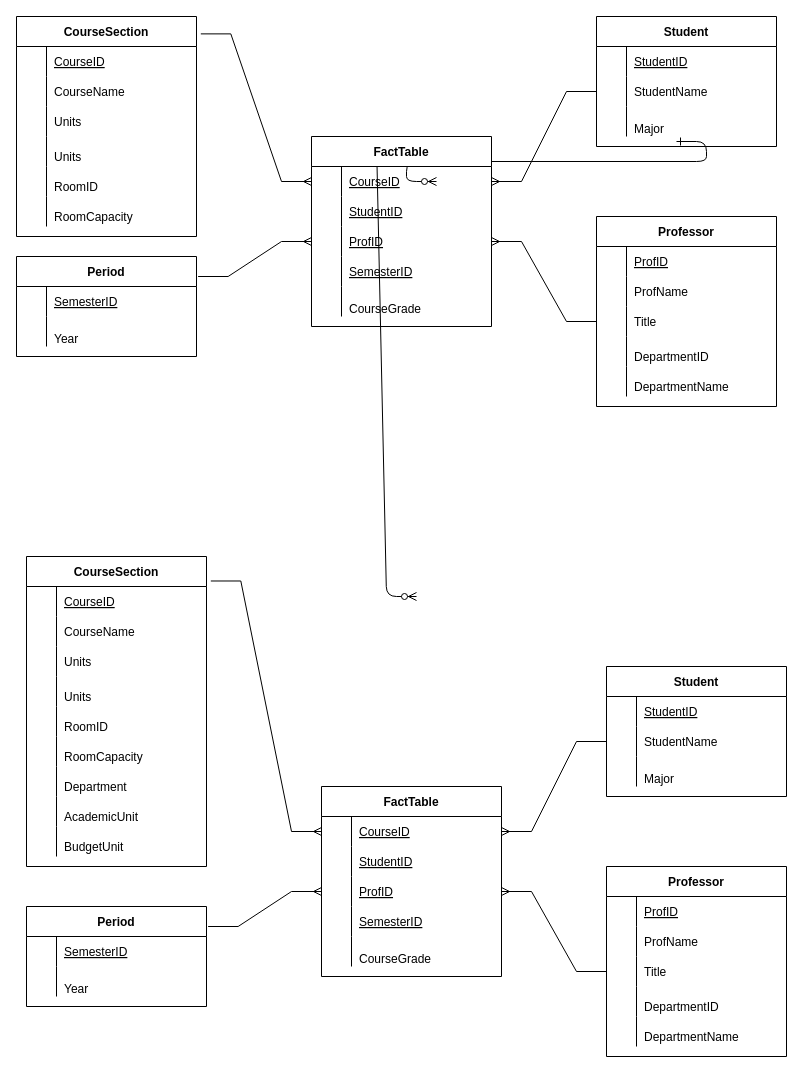
The draw.io diagram Diagramme sans nom.drawio in mpillot98/manon_pillot, before the edit. Source tidied: cells renumbered, new cells numbered last; positions are measured from the earlier drawing's top-left corner, leaving out a move shared by most shapes. Both pictures are drawn from the tidied source at 100%, with x=0, y=0 at pixel (16, 16).
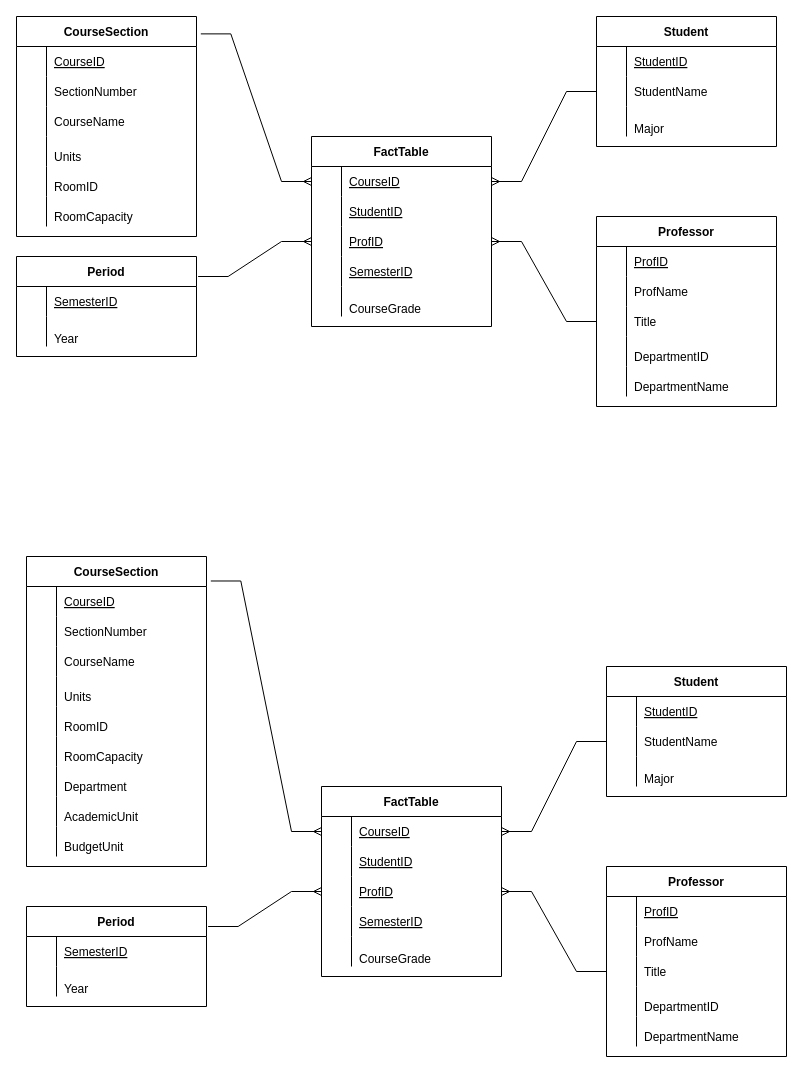
Above is the later version.

Commit message:
Mettre à jour hw4.drawio

The change refers to these unchanged cells:
```xml
<mxCell id="8" style="shape=tableRow;horizontal=0;startSize=0;swimlaneHead=0;swimlaneBody=0;fillColor=none;top=0;left=0;right=0;bottom=0;" parent="4" vertex="1">
  <mxGeometry y="60" width="180" height="30" as="geometry" />
</mxCell>
<mxCell id="11" style="shape=tableRow;horizontal=0;startSize=0;swimlaneHead=0;swimlaneBody=0;fillColor=none;top=0;left=0;right=0;bottom=0;" parent="4" vertex="1">
  <mxGeometry y="90" width="180" height="30" as="geometry" />
</mxCell>
<mxCell id="80" style="shape=tableRow;horizontal=0;startSize=0;swimlaneHead=0;swimlaneBody=0;fillColor=none;top=0;left=0;right=0;bottom=0;" parent="76" vertex="1">
  <mxGeometry y="60" width="180" height="30" as="geometry" />
</mxCell>
<mxCell id="83" style="shape=tableRow;horizontal=0;startSize=0;swimlaneHead=0;swimlaneBody=0;fillColor=none;top=0;left=0;right=0;bottom=0;" parent="76" vertex="1">
  <mxGeometry y="90" width="180" height="30" as="geometry" />
</mxCell>
```

What changed in the source:
```diff
@@
-    <mxCell id="2" style="edgeStyle=entityRelationEdgeStyle;endArrow=ERzeroToMany;startArrow=ERone;endFill=1;startFill=0;" parent="1" edge="1">
-      <mxGeometry relative="1" as="geometry">
-        <mxPoint x="330" y="125" as="sourcePoint" />
-        <mxPoint x="400" y="580" as="targetPoint" />
-      </mxGeometry>
-    </mxCell>
-    <mxCell id="3" style="edgeStyle=entityRelationEdgeStyle;endArrow=ERzeroToMany;startArrow=ERone;endFill=1;startFill=0;" parent="1" edge="1">
-      <mxGeometry relative="1" as="geometry">
-        <mxPoint x="660" y="125" as="sourcePoint" />
-        <mxPoint x="420" y="165" as="targetPoint" />
-      </mxGeometry>
-    </mxCell>
@@
-    <mxCell id="10" value="CourseName" style="shape=partialRectangle;fillColor=none;top=0;left=0;bottom=0;right=0;align=left;spacingLeft=6;overflow=hidden;" parent="8" vertex="1">
+    <mxCell id="10" value="SectionNumber" style="shape=partialRectangle;fillColor=none;top=0;left=0;bottom=0;right=0;align=left;spacingLeft=6;overflow=hidden;" parent="8" vertex="1">
       <mxGeometry x="30" width="150" height="30" as="geometry" />
     </mxCell>
@@
-    <mxCell id="13" value="Units" style="shape=partialRectangle;fillColor=none;top=0;left=0;bottom=0;right=0;align=left;spacingLeft=6;overflow=hidden;" parent="11" vertex="1">
+    <mxCell id="13" value="CourseName" style="shape=partialRectangle;fillColor=none;top=0;left=0;bottom=0;right=0;align=left;spacingLeft=6;overflow=hidden;" parent="11" vertex="1">
       <mxGeometry x="30" width="150" height="30" as="geometry" />
     </mxCell>
@@
-    <mxCell id="82" value="CourseName" style="shape=partialRectangle;fillColor=none;top=0;left=0;bottom=0;right=0;align=left;spacingLeft=6;overflow=hidden;" parent="80" vertex="1">
+    <mxCell id="82" value="SectionNumber" style="shape=partialRectangle;fillColor=none;top=0;left=0;bottom=0;right=0;align=left;spacingLeft=6;overflow=hidden;" parent="80" vertex="1">
       <mxGeometry x="30" width="150" height="30" as="geometry" />
     </mxCell>
@@
-    <mxCell id="85" value="Units" style="shape=partialRectangle;fillColor=none;top=0;left=0;bottom=0;right=0;align=left;spacingLeft=6;overflow=hidden;" parent="83" vertex="1">
+    <mxCell id="85" value="CourseName" style="shape=partialRectangle;fillColor=none;top=0;left=0;bottom=0;right=0;align=left;spacingLeft=6;overflow=hidden;" parent="83" vertex="1">
       <mxGeometry x="30" width="150" height="30" as="geometry" />
     </mxCell>
```
